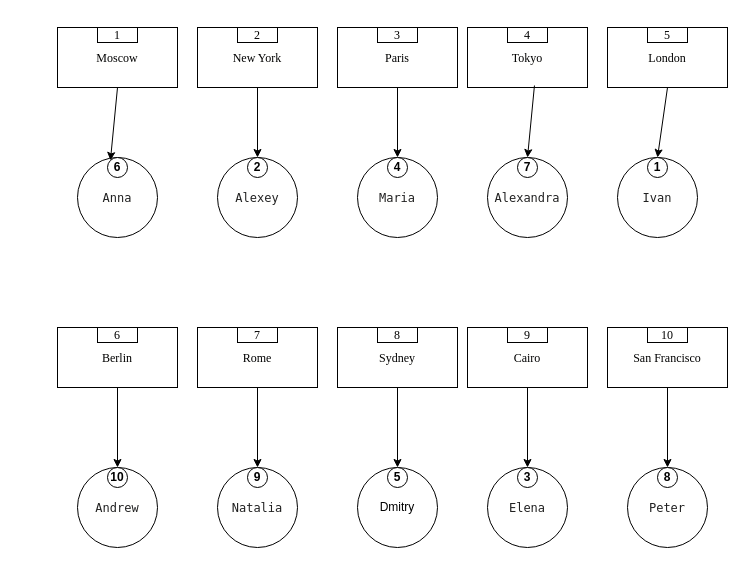
Above: page "Living" (7 of 10) of diagrams.drawio in BondarevAD/graphDataBases (draw.io), before the change. Source tidied: cells renumbered, new cells numbered last; positions are measured from the earlier drawing's top-left corner, leaving out a move shared by most shapes. Both pictures are drawn from the tidied source at 100%, with x=0, y=0 at pixel (57, 27).
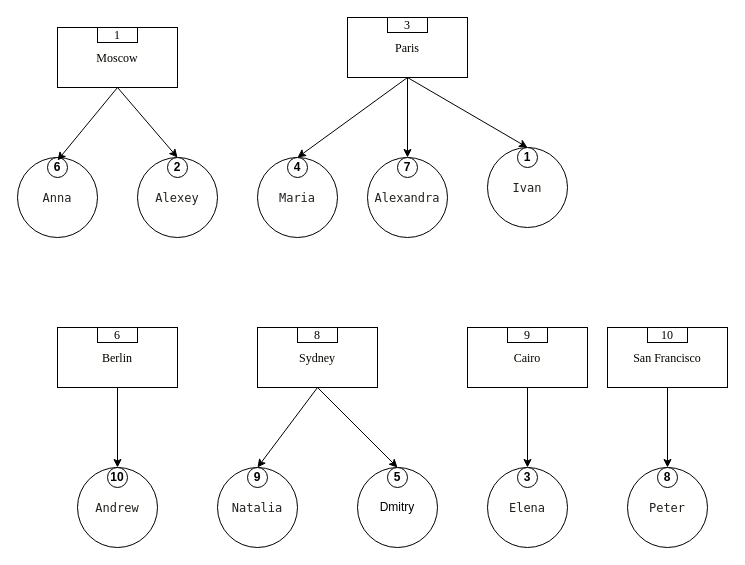
The same page after the edit.

The change refers to these unchanged cells:
```xml
<mxCell id="20" value="&lt;div style=&quot;background-color: rgb(255, 255, 254); font-weight: normal; font-size: 12px; line-height: 18px;&quot;&gt;&lt;div&gt;&lt;span style=&quot;&quot;&gt;Moscow&lt;/span&gt;&lt;/div&gt;&lt;/div&gt;" style="rounded=0;whiteSpace=wrap;html=1;fontFamily=Times New Roman;fontColor=#000000;" parent="1" vertex="1">
  <mxGeometry width="120" height="60" as="geometry" />
</mxCell>
<mxCell id="40" value="&lt;b&gt;9&lt;/b&gt;" style="ellipse;whiteSpace=wrap;html=1;" parent="1" vertex="1">
  <mxGeometry x="190" y="440" width="20" height="20" as="geometry" />
</mxCell>
```

Diff of the diagram source:
```diff
@@
-    <mxCell id="4" value="&lt;div style=&quot;background-color: rgb(255, 255, 254); font-weight: normal; font-size: 12px; line-height: 18px;&quot;&gt;&lt;div&gt;&lt;span style=&quot;&quot;&gt;London&lt;/span&gt;&lt;/div&gt;&lt;/div&gt;" style="rounded=0;whiteSpace=wrap;html=1;fontFamily=Times New Roman;fontColor=#000000;" parent="1" vertex="1">
-      <mxGeometry x="550" width="120" height="60" as="geometry" />
-    </mxCell>
-    <mxCell id="5" value="5" style="rounded=0;whiteSpace=wrap;html=1;fontFamily=Times New Roman;fontColor=#000000;" parent="1" vertex="1">
-      <mxGeometry x="590" width="40" height="15" as="geometry" />
-    </mxCell>
@@
-    <mxCell id="8" value="&lt;div style=&quot;background-color: rgb(255, 255, 254); font-weight: normal; font-size: 12px; line-height: 18px;&quot;&gt;&lt;div&gt;&lt;span style=&quot;&quot;&gt;Tokyo&lt;/span&gt;&lt;/div&gt;&lt;/div&gt;" style="rounded=0;whiteSpace=wrap;html=1;fontFamily=Times New Roman;fontColor=#000000;" parent="1" vertex="1">
-      <mxGeometry x="410" width="120" height="60" as="geometry" />
-    </mxCell>
-    <mxCell id="9" value="4" style="rounded=0;whiteSpace=wrap;html=1;fontFamily=Times New Roman;fontColor=#000000;" parent="1" vertex="1">
-      <mxGeometry x="450" width="40" height="15" as="geometry" />
-    </mxCell>
     <mxCell id="10" value="&lt;div style=&quot;background-color: rgb(255, 255, 254); font-weight: normal; font-size: 12px; line-height: 18px;&quot;&gt;&lt;div&gt;&lt;span style=&quot;&quot;&gt;Sydney&lt;/span&gt;&lt;/div&gt;&lt;/div&gt;" style="rounded=0;whiteSpace=wrap;html=1;fontFamily=Times New Roman;fontColor=#000000;" parent="1" vertex="1">
-      <mxGeometry x="280" y="300" width="120" height="60" as="geometry" />
+      <mxGeometry x="200" y="300" width="120" height="60" as="geometry" />
     </mxCell>
     <mxCell id="11" value="8" style="rounded=0;whiteSpace=wrap;html=1;fontFamily=Times New Roman;fontColor=#000000;" parent="1" vertex="1">
-      <mxGeometry x="320" y="300" width="40" height="15" as="geometry" />
+      <mxGeometry x="240" y="300" width="40" height="15" as="geometry" />
     </mxCell>
     <mxCell id="12" value="&lt;div style=&quot;background-color: rgb(255, 255, 254); font-weight: normal; font-size: 12px; line-height: 18px;&quot;&gt;&lt;div&gt;&lt;span style=&quot;&quot;&gt;Paris&lt;/span&gt;&lt;/div&gt;&lt;/div&gt;" style="rounded=0;whiteSpace=wrap;html=1;fontFamily=Times New Roman;fontColor=#000000;" parent="1" vertex="1">
-      <mxGeometry x="280" width="120" height="60" as="geometry" />
+      <mxGeometry x="290" y="-10" width="120" height="60" as="geometry" />
     </mxCell>
     <mxCell id="13" value="3" style="rounded=0;whiteSpace=wrap;html=1;fontFamily=Times New Roman;fontColor=#000000;" parent="1" vertex="1">
-      <mxGeometry x="320" width="40" height="15" as="geometry" />
+      <mxGeometry x="330" y="-10" width="40" height="15" as="geometry" />
     </mxCell>
-    <mxCell id="14" value="&lt;div style=&quot;background-color: rgb(255, 255, 254); font-weight: normal; font-size: 12px; line-height: 18px;&quot;&gt;&lt;div&gt;&lt;span style=&quot;&quot;&gt;Rome&lt;/span&gt;&lt;/div&gt;&lt;/div&gt;" style="rounded=0;whiteSpace=wrap;html=1;fontFamily=Times New Roman;fontColor=#000000;" parent="1" vertex="1">
-      <mxGeometry x="140" y="300" width="120" height="60" as="geometry" />
-    </mxCell>
-    <mxCell id="15" value="7" style="rounded=0;whiteSpace=wrap;html=1;fontFamily=Times New Roman;fontColor=#000000;" parent="1" vertex="1">
-      <mxGeometry x="180" y="300" width="40" height="15" as="geometry" />
-    </mxCell>
-    <mxCell id="16" value="&lt;div style=&quot;background-color: rgb(255, 255, 254); font-weight: normal; font-size: 12px; line-height: 18px;&quot;&gt;&lt;div&gt;&lt;span style=&quot;&quot;&gt;New York&lt;/span&gt;&lt;/div&gt;&lt;/div&gt;" style="rounded=0;whiteSpace=wrap;html=1;fontFamily=Times New Roman;fontColor=#000000;" parent="1" vertex="1">
-      <mxGeometry x="140" width="120" height="60" as="geometry" />
-    </mxCell>
-    <mxCell id="17" value="2" style="rounded=0;whiteSpace=wrap;html=1;fontFamily=Times New Roman;fontColor=#000000;" parent="1" vertex="1">
-      <mxGeometry x="180" width="40" height="15" as="geometry" />
-    </mxCell>
@@
     <mxCell id="22" value="&lt;div style=&quot;color: rgb(33, 33, 33); background-color: rgb(255, 255, 254); font-family: Menlo, Monaco, &amp;quot;Courier New&amp;quot;, monospace; line-height: 18px;&quot;&gt;Ivan&lt;/div&gt;" style="ellipse;whiteSpace=wrap;html=1;" parent="1" vertex="1">
-      <mxGeometry x="560" y="130" width="80" height="80" as="geometry" />
+      <mxGeometry x="430" y="120" width="80" height="80" as="geometry" />
     </mxCell>
     <mxCell id="23" value="&lt;b&gt;1&lt;/b&gt;" style="ellipse;whiteSpace=wrap;html=1;" parent="1" vertex="1">
-      <mxGeometry x="590" y="130" width="20" height="20" as="geometry" />
+      <mxGeometry x="460" y="120" width="20" height="20" as="geometry" />
     </mxCell>
     <mxCell id="24" value="&lt;div style=&quot;color: rgb(33, 33, 33); background-color: rgb(255, 255, 254); font-family: Menlo, Monaco, &amp;quot;Courier New&amp;quot;, monospace; line-height: 18px;&quot;&gt;Alexey&lt;/div&gt;" style="ellipse;whiteSpace=wrap;html=1;" parent="1" vertex="1">
-      <mxGeometry x="160" y="130" width="80" height="80" as="geometry" />
+      <mxGeometry x="80" y="130" width="80" height="80" as="geometry" />
     </mxCell>
@@
     <mxCell id="26" value="&lt;div style=&quot;color: rgb(33, 33, 33); background-color: rgb(255, 255, 254); font-family: Menlo, Monaco, &amp;quot;Courier New&amp;quot;, monospace; line-height: 18px;&quot;&gt;Maria&lt;/div&gt;" style="ellipse;whiteSpace=wrap;html=1;" parent="1" vertex="1">
-      <mxGeometry x="300" y="130" width="80" height="80" as="geometry" />
+      <mxGeometry x="200" y="130" width="80" height="80" as="geometry" />
     </mxCell>
@@
     <mxCell id="28" value="&lt;div style=&quot;color: rgb(33, 33, 33); background-color: rgb(255, 255, 254); font-family: Menlo, Monaco, &amp;quot;Courier New&amp;quot;, monospace; line-height: 18px;&quot;&gt;Anna&lt;br&gt;&lt;/div&gt;" style="ellipse;whiteSpace=wrap;html=1;" parent="1" vertex="1">
-      <mxGeometry x="20" y="130" width="80" height="80" as="geometry" />
+      <mxGeometry x="-40" y="130" width="80" height="80" as="geometry" />
     </mxCell>
     <mxCell id="29" value="&lt;div style=&quot;color: rgb(33, 33, 33); background-color: rgb(255, 255, 254); font-family: Menlo, Monaco, &amp;quot;Courier New&amp;quot;, monospace; line-height: 18px;&quot;&gt;Alexandra&lt;br&gt;&lt;/div&gt;" style="ellipse;whiteSpace=wrap;html=1;" parent="1" vertex="1">
-      <mxGeometry x="430" y="130" width="80" height="80" as="geometry" />
+      <mxGeometry x="310" y="130" width="80" height="80" as="geometry" />
     </mxCell>
@@
     <mxCell id="33" value="&lt;b&gt;2&lt;/b&gt;" style="ellipse;whiteSpace=wrap;html=1;" parent="1" vertex="1">
-      <mxGeometry x="190" y="130" width="20" height="20" as="geometry" />
+      <mxGeometry x="110" y="130" width="20" height="20" as="geometry" />
     </mxCell>
@@
     <mxCell id="35" value="&lt;b&gt;4&lt;/b&gt;" style="ellipse;whiteSpace=wrap;html=1;" parent="1" vertex="1">
-      <mxGeometry x="330" y="130" width="20" height="20" as="geometry" />
+      <mxGeometry x="230" y="130" width="20" height="20" as="geometry" />
     </mxCell>
@@
     <mxCell id="37" value="&lt;b&gt;6&lt;/b&gt;" style="ellipse;whiteSpace=wrap;html=1;" parent="1" vertex="1">
-      <mxGeometry x="50" y="130" width="20" height="20" as="geometry" />
+      <mxGeometry x="-10" y="130" width="20" height="20" as="geometry" />
     </mxCell>
     <mxCell id="38" value="&lt;b&gt;7&lt;/b&gt;" style="ellipse;whiteSpace=wrap;html=1;" parent="1" vertex="1">
-      <mxGeometry x="460" y="130" width="20" height="20" as="geometry" />
+      <mxGeometry x="340" y="130" width="20" height="20" as="geometry" />
     </mxCell>
@@
-    <mxCell id="42" style="endArrow=classic;html=1;rounded=0;exitX=0.5;exitY=1;exitDx=0;exitDy=0;entryX=0;entryY=0;entryDx=0;entryDy=0;" parent="1" edge="1" source="20" target="37">
+    <mxCell id="42" style="endArrow=classic;html=1;rounded=0;exitX=0.5;exitY=1;exitDx=0;exitDy=0;entryX=0.5;entryY=0.146;entryDx=0;entryDy=0;entryPerimeter=0;" parent="1" edge="1" source="20" target="37">
       <mxGeometry relative="1" as="geometry" />
     </mxCell>
-    <mxCell id="43" style="endArrow=classic;html=1;rounded=0;exitX=0.5;exitY=1;exitDx=0;exitDy=0;entryX=0.5;entryY=0;entryDx=0;entryDy=0;" parent="1" edge="1" source="16" target="24">
+    <mxCell id="43" style="endArrow=classic;html=1;rounded=0;exitX=0.5;exitY=1;exitDx=0;exitDy=0;entryX=0.5;entryY=0;entryDx=0;entryDy=0;" parent="1" edge="1" source="20" target="24">
       <mxGeometry relative="1" as="geometry" />
     </mxCell>
@@
-    <mxCell id="45" style="endArrow=classic;html=1;rounded=0;exitX=0.558;exitY=0.967;exitDx=0;exitDy=0;exitPerimeter=0;entryX=0.5;entryY=0;entryDx=0;entryDy=0;" parent="1" edge="1" source="8" target="38">
+    <mxCell id="45" style="endArrow=classic;html=1;rounded=0;exitX=0.5;exitY=1;exitDx=0;exitDy=0;entryX=0.5;entryY=0;entryDx=0;entryDy=0;" parent="1" edge="1" source="12" target="38">
       <mxGeometry relative="1" as="geometry" />
     </mxCell>
-    <mxCell id="46" style="endArrow=classic;html=1;rounded=0;exitX=0.5;exitY=1;exitDx=0;exitDy=0;entryX=0.5;entryY=0;entryDx=0;entryDy=0;" parent="1" edge="1" source="4" target="23">
+    <mxCell id="46" style="endArrow=classic;html=1;rounded=0;exitX=0.5;exitY=1;exitDx=0;exitDy=0;entryX=0.5;entryY=0;entryDx=0;entryDy=0;" parent="1" edge="1" source="12" target="23">
       <mxGeometry relative="1" as="geometry" />
     </mxCell>
@@
-    <mxCell id="48" style="endArrow=classic;html=1;rounded=0;exitX=0.5;exitY=1;exitDx=0;exitDy=0;entryX=0.5;entryY=0;entryDx=0;entryDy=0;" parent="1" edge="1" source="14" target="40">
+    <mxCell id="48" style="endArrow=classic;html=1;rounded=0;exitX=0.5;exitY=1;exitDx=0;exitDy=0;entryX=0.5;entryY=0;entryDx=0;entryDy=0;" parent="1" edge="1" source="10" target="40">
       <mxGeometry relative="1" as="geometry" />
     </mxCell>
```
